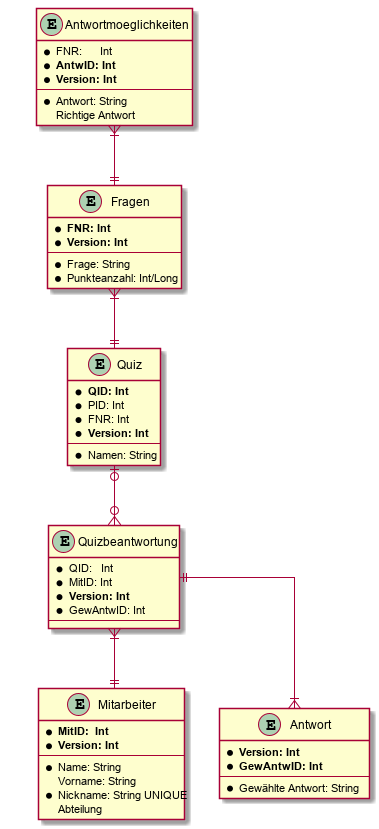
This is documentation/diagrams/diagram-classes.png from game-admin/game, a PlantUML export, as it was before one commit.
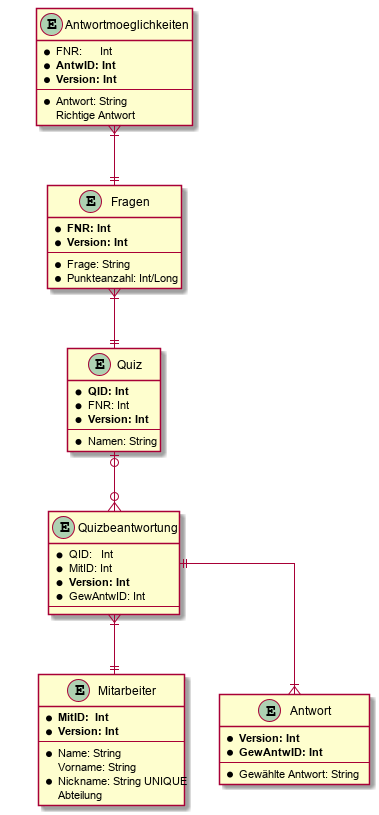
The same diagram one commit later.

Commit message:
ER-Modell PointID from Quiz deleted

Change to the diagram source:
```diff
@@ -6,7 +6,6 @@
 
     entity Quiz {
         * **QID: Int**
-        * PID: Int
         * FNR: Int
         * **Version: Int**
         --
```
